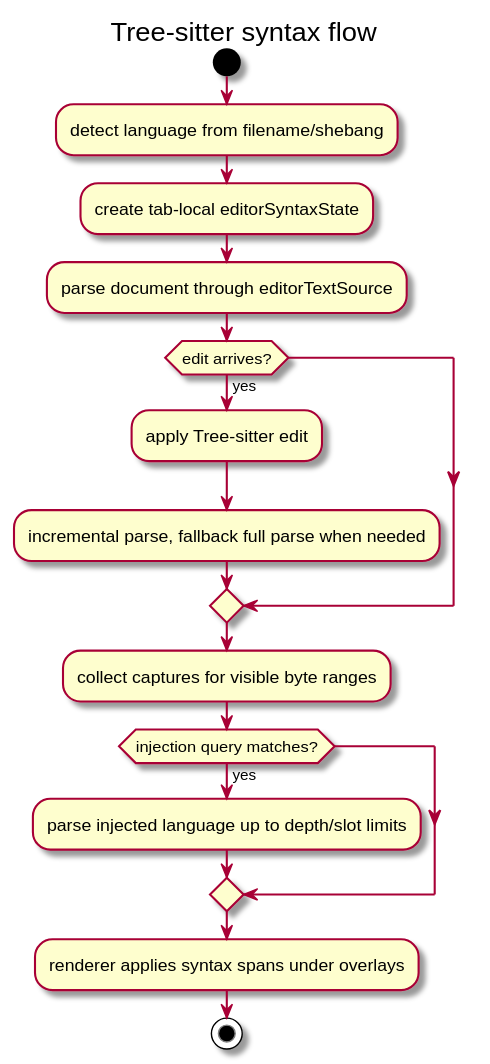
kokkoniemi/rotide keeps this PlantUML diagram as docs/diagrams/svg/syntax-flow.svg. Above is the earlier version. Its source is kept beside it as docs/diagrams/src/syntax-flow.puml. The source it was exported from:
```plantuml
@startuml
skinparam backgroundColor #FFFFFF
title Tree-sitter syntax flow

start
:detect language from filename/shebang;
:create tab-local editorSyntaxState;
:parse document through editorTextSource;
if (edit arrives?) then (yes)
	:apply Tree-sitter edit;
	:incremental parse, fallback full parse when needed;
endif
:collect captures for visible byte ranges;
if (injection query matches?) then (yes)
	:parse injected language up to depth/slot limits;
endif
:renderer applies syntax spans under overlays;
stop

@enduml
```
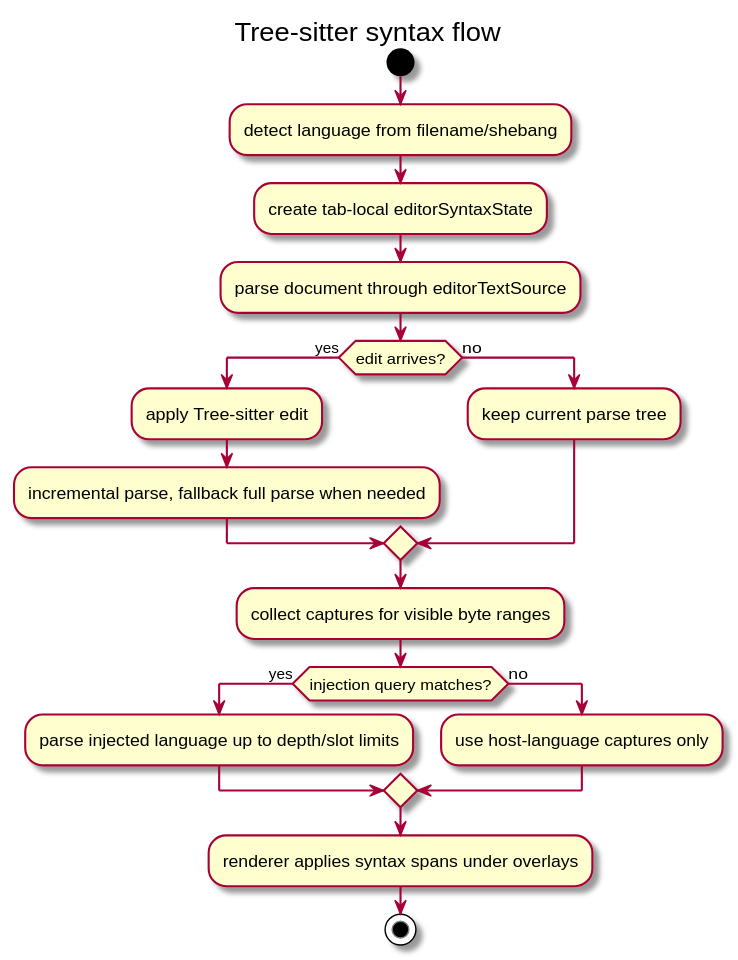
The same file after the commit.

Change to the diagram source:
```diff
@@ -9,10 +9,14 @@
 if (edit arrives?) then (yes)
 	:apply Tree-sitter edit;
 	:incremental parse, fallback full parse when needed;
+else (no)
+	:keep current parse tree;
 endif
 :collect captures for visible byte ranges;
 if (injection query matches?) then (yes)
 	:parse injected language up to depth/slot limits;
+else (no)
+	:use host-language captures only;
 endif
 :renderer applies syntax spans under overlays;
 stop
```
